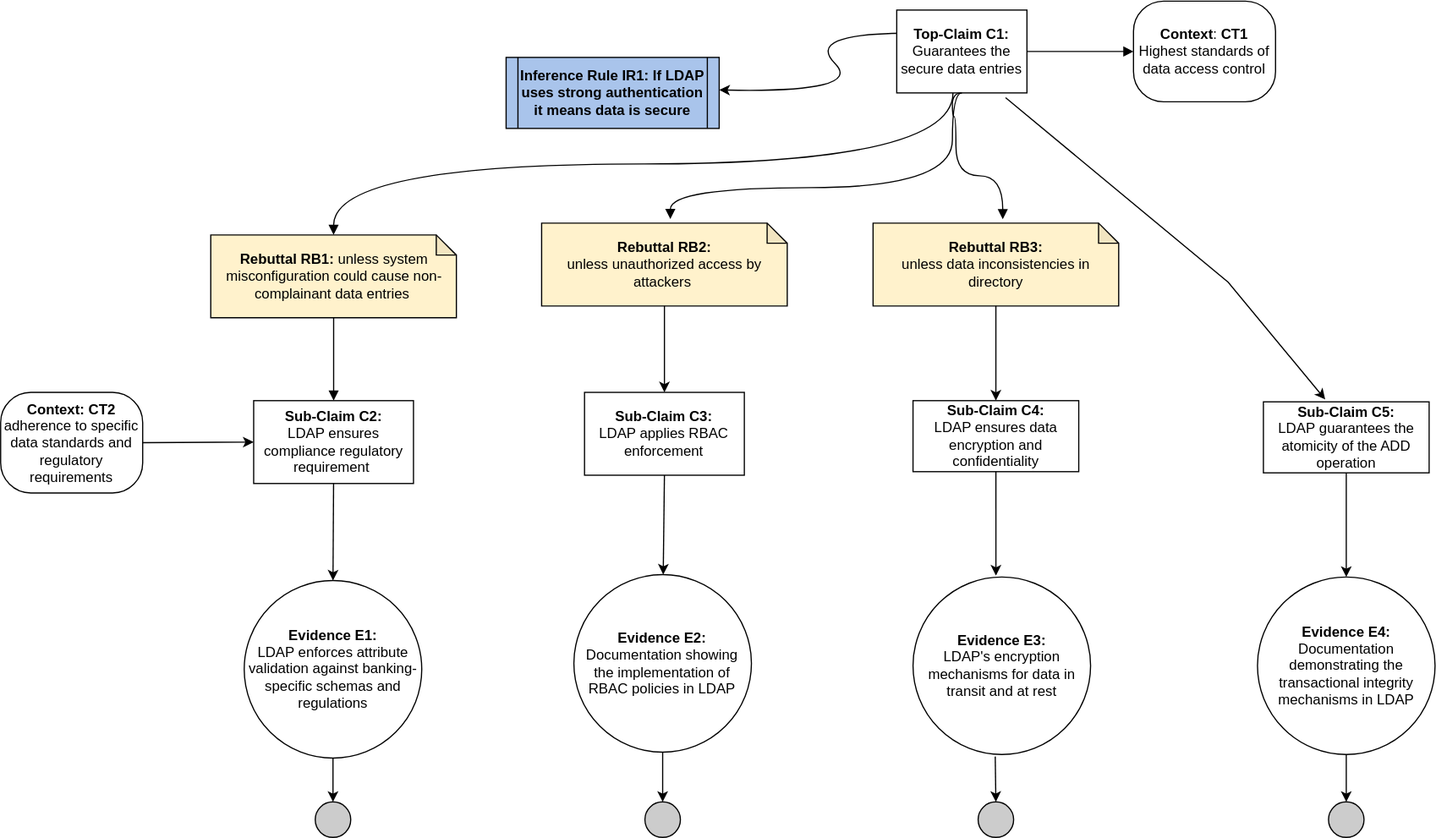
Before: images/ADD.svg, a diagram exported from draw.io (bartelsjoshuac/SAPG). Source tidied: cells renumbered, new cells last; positions are measured from the earlier drawing's top-left corner, leaving out a move shared by most shapes. Its diagram source:
```xml
<mxGraphModel>
  <root>
    <mxCell id="0" />
    <mxCell id="1" parent="0" />
    <mxCell id="2" style="curved=1;endArrow=classic;html=1;rounded=0;entryX=1;entryY=0.75;entryDx=0;entryDy=0;exitX=0.045;exitY=0.386;exitDx=0;exitDy=0;exitPerimeter=0;" parent="1" edge="1">
      <mxGeometry relative="1" as="geometry">
        <mxPoint x="764.7" y="27.5" as="sourcePoint" />
        <mxPoint x="607" y="75.5" as="targetPoint" />
        <Array as="points">
          <mxPoint x="679.8" y="28" />
          <mxPoint x="729.8" y="78" />
        </Array>
      </mxGeometry>
    </mxCell>
    <mxCell id="3" style="edgeStyle=orthogonalEdgeStyle;rounded=0;jettySize=auto;html=1;exitX=1;exitY=0.5;exitDx=0;exitDy=0;entryX=0;entryY=0.5;entryDx=0;entryDy=0;endArrow=block;endFill=1;" parent="1" edge="1" source="5" target="6">
      <mxGeometry relative="1" as="geometry" />
    </mxCell>
    <mxCell id="4" style="edgeStyle=orthogonalEdgeStyle;curved=1;rounded=0;jettySize=auto;html=1;exitX=0.5;exitY=1;exitDx=0;exitDy=0;endArrow=block;endFill=1;entryX=0.524;entryY=-0.049;entryDx=0;entryDy=0;entryPerimeter=0;" parent="1" edge="1" source="5" target="16">
      <mxGeometry relative="1" as="geometry">
        <Array as="points">
          <mxPoint x="804" y="158" />
          <mxPoint x="566" y="158" />
        </Array>
      </mxGeometry>
    </mxCell>
    <mxCell id="5" value="&lt;b&gt;Top-Claim C1:&lt;/b&gt;&lt;br&gt;Guarantees the secure data entries" style="rounded=0;whiteSpace=wrap;html=1;" parent="1" vertex="1">
      <mxGeometry x="757" y="8" width="110" height="70" as="geometry" />
    </mxCell>
    <mxCell id="6" value="&lt;b&gt;Context&lt;/b&gt;: &lt;b&gt;CT1&lt;/b&gt;&lt;br&gt;Highest standards of data access control" style="rounded=1;whiteSpace=wrap;html=1;arcSize=30;" parent="1" vertex="1">
      <mxGeometry x="957" y="0.5" width="120" height="85" as="geometry" />
    </mxCell>
    <mxCell id="7" style="edgeStyle=orthogonalEdgeStyle;curved=1;rounded=0;jettySize=auto;html=1;endArrow=block;endFill=1;" parent="1" edge="1" source="8" target="9">
      <mxGeometry relative="1" as="geometry" />
    </mxCell>
    <mxCell id="8" value="&lt;b&gt;Rebuttal RB1:&lt;/b&gt;&amp;nbsp;unless system misconfiguration could cause non-complainant data entries&amp;nbsp;" style="shape=note;whiteSpace=wrap;html=1;backgroundOutline=1;darkOpacity=0.05;size=17;fillColor=#FFF2CC;" parent="1" vertex="1">
      <mxGeometry x="177.5" y="198" width="207.5" height="70" as="geometry" />
    </mxCell>
    <mxCell id="9" value="&lt;b&gt;Sub-Claim C2:&lt;br&gt;&lt;/b&gt;LDAP ensures compliance regulatory requirement&amp;nbsp;" style="rounded=0;whiteSpace=wrap;html=1;" parent="1" vertex="1">
      <mxGeometry x="213.8" y="338" width="135" height="70" as="geometry" />
    </mxCell>
    <mxCell id="10" value="&lt;b&gt;Sub-Claim C4:&lt;br&gt;&lt;/b&gt;LDAP ensures data encryption and confidentiality" style="rounded=0;whiteSpace=wrap;html=1;" parent="1" vertex="1">
      <mxGeometry x="770.8" y="338" width="140" height="60" as="geometry" />
    </mxCell>
    <mxCell id="11" style="edgeStyle=orthogonalEdgeStyle;curved=1;rounded=0;jettySize=auto;html=1;endArrow=block;endFill=1;entryX=0.5;entryY=0;entryDx=0;entryDy=0;entryPerimeter=0;" parent="1" edge="1" target="8">
      <mxGeometry relative="1" as="geometry">
        <mxPoint x="804.5" y="78" as="sourcePoint" />
        <Array as="points">
          <mxPoint x="804" y="138" />
          <mxPoint x="281" y="138" />
        </Array>
      </mxGeometry>
    </mxCell>
    <mxCell id="12" value="&lt;b&gt;Context: CT2&lt;/b&gt;&lt;br&gt;adherence to specific data standards and regulatory requirements" style="rounded=1;whiteSpace=wrap;html=1;arcSize=30;" parent="1" vertex="1">
      <mxGeometry y="331" width="120" height="85" as="geometry" />
    </mxCell>
    <mxCell id="13" style="endArrow=classic;html=1;rounded=0;exitX=1;exitY=0.5;exitDx=0;exitDy=0;entryX=0;entryY=0.5;entryDx=0;entryDy=0;" parent="1" edge="1" source="12" target="9">
      <mxGeometry relative="1" as="geometry" />
    </mxCell>
    <mxCell id="14" value="&lt;b&gt;Evidence E1:&lt;/b&gt;&lt;br&gt;LDAP enforces attribute validation against banking-specific schemas and regulations" style="ellipse;whiteSpace=wrap;html=1;" parent="1" vertex="1">
      <mxGeometry x="205.8" y="490" width="150" height="150" as="geometry" />
    </mxCell>
    <mxCell id="15" style="endArrow=classic;html=1;rounded=0;exitX=0.5;exitY=1;exitDx=0;exitDy=0;" parent="1" edge="1" source="9" target="14">
      <mxGeometry relative="1" as="geometry" />
    </mxCell>
    <mxCell id="16" value="&lt;b&gt;Rebuttal RB2: &lt;/b&gt;&lt;br&gt;unless unauthorized access by attackers&amp;nbsp;" style="shape=note;whiteSpace=wrap;html=1;backgroundOutline=1;darkOpacity=0.05;size=17;fillColor=#FFF2CC;" parent="1" vertex="1">
      <mxGeometry x="457" y="188" width="207.5" height="70" as="geometry" />
    </mxCell>
    <mxCell id="17" value="&lt;b&gt;Sub-Claim C3:&lt;br&gt;&lt;/b&gt;LDAP applies RBAC enforcement" style="rounded=0;whiteSpace=wrap;html=1;" parent="1" vertex="1">
      <mxGeometry x="493.2" y="331" width="135" height="70" as="geometry" />
    </mxCell>
    <mxCell id="18" style="endArrow=classic;html=1;rounded=0;entryX=0.5;entryY=0;entryDx=0;entryDy=0;exitX=0.5;exitY=1;exitDx=0;exitDy=0;exitPerimeter=0;" parent="1" edge="1" source="16" target="17">
      <mxGeometry relative="1" as="geometry" />
    </mxCell>
    <mxCell id="19" value="&lt;b&gt;Evidence E2:&lt;/b&gt;&lt;br&gt;Documentation showing the implementation of RBAC policies in LDAP" style="ellipse;whiteSpace=wrap;html=1;" parent="1" vertex="1">
      <mxGeometry x="484.2" y="485" width="150" height="150" as="geometry" />
    </mxCell>
    <mxCell id="20" style="endArrow=classic;html=1;rounded=0;exitX=0.5;exitY=1;exitDx=0;exitDy=0;" parent="1" edge="1" source="17" target="19">
      <mxGeometry relative="1" as="geometry" />
    </mxCell>
    <mxCell id="21" value="&lt;b&gt;Rebuttal RB3:&lt;br&gt;&lt;/b&gt;unless data inconsistencies in directory" style="shape=note;whiteSpace=wrap;html=1;backgroundOutline=1;darkOpacity=0.05;size=17;fillColor=#FFF2CC;" parent="1" vertex="1">
      <mxGeometry x="737" y="188" width="207.5" height="70" as="geometry" />
    </mxCell>
    <mxCell id="22" style="endArrow=classic;html=1;rounded=0;exitX=0.5;exitY=1;exitDx=0;exitDy=0;exitPerimeter=0;entryX=0.5;entryY=0;entryDx=0;entryDy=0;" parent="1" edge="1" source="21" target="10">
      <mxGeometry relative="1" as="geometry" />
    </mxCell>
    <mxCell id="23" value="&lt;b&gt;Evidence E3:&lt;/b&gt;&lt;br&gt;LDAP's encryption mechanisms for data in transit and at rest" style="ellipse;whiteSpace=wrap;html=1;" parent="1" vertex="1">
      <mxGeometry x="770.8" y="487" width="150" height="150" as="geometry" />
    </mxCell>
    <mxCell id="24" style="endArrow=classic;html=1;rounded=0;exitX=0.5;exitY=1;exitDx=0;exitDy=0;entryX=0.467;entryY=-0.008;entryDx=0;entryDy=0;entryPerimeter=0;" parent="1" edge="1" source="10" target="23">
      <mxGeometry relative="1" as="geometry" />
    </mxCell>
    <mxCell id="25" style="edgeStyle=orthogonalEdgeStyle;curved=1;rounded=0;jettySize=auto;html=1;exitX=0.5;exitY=1;exitDx=0;exitDy=0;endArrow=block;endFill=1;entryX=0.528;entryY=-0.046;entryDx=0;entryDy=0;entryPerimeter=0;" parent="1" edge="1" source="5" target="21">
      <mxGeometry relative="1" as="geometry">
        <Array as="points">
          <mxPoint x="804" y="98" />
          <mxPoint x="807" y="98" />
          <mxPoint x="807" y="148" />
          <mxPoint x="847" y="148" />
        </Array>
      </mxGeometry>
    </mxCell>
    <mxCell id="26" value="&lt;b&gt;Sub-Claim C5:&lt;br&gt;&lt;/b&gt;LDAP&amp;nbsp;guarantees the atomicity of the ADD operation" style="rounded=0;whiteSpace=wrap;html=1;" parent="1" vertex="1">
      <mxGeometry x="1066.8" y="339" width="140" height="60" as="geometry" />
    </mxCell>
    <mxCell id="27" value="&lt;b&gt;Evidence E4:&lt;/b&gt;&lt;br&gt;Documentation demonstrating the transactional integrity mechanisms in LDAP" style="ellipse;whiteSpace=wrap;html=1;" parent="1" vertex="1">
      <mxGeometry x="1061.8" y="487" width="150" height="150" as="geometry" />
    </mxCell>
    <mxCell id="28" style="endArrow=classic;html=1;rounded=0;entryX=0.5;entryY=0;entryDx=0;entryDy=0;exitX=0.5;exitY=1;exitDx=0;exitDy=0;" parent="1" edge="1" source="26" target="27">
      <mxGeometry relative="1" as="geometry" />
    </mxCell>
    <mxCell id="29" style="ellipse;whiteSpace=wrap;html=1;fillColor=#CCCCCC;" parent="1" vertex="1">
      <mxGeometry x="265.8" y="677" width="30" height="30" as="geometry" />
    </mxCell>
    <mxCell id="30" style="ellipse;whiteSpace=wrap;html=1;fillColor=#CCCCCC;" parent="1" vertex="1">
      <mxGeometry x="544.2" y="677" width="30" height="30" as="geometry" />
    </mxCell>
    <mxCell id="31" style="ellipse;whiteSpace=wrap;html=1;fillColor=#CCCCCC;" parent="1" vertex="1">
      <mxGeometry x="825.8" y="677" width="30" height="30" as="geometry" />
    </mxCell>
    <mxCell id="32" style="ellipse;whiteSpace=wrap;html=1;fillColor=#CCCCCC;" parent="1" vertex="1">
      <mxGeometry x="1121.8" y="677" width="30" height="30" as="geometry" />
    </mxCell>
    <mxCell id="33" style="endArrow=classic;html=1;rounded=0;exitX=0.5;exitY=1;exitDx=0;exitDy=0;entryX=0.5;entryY=0;entryDx=0;entryDy=0;" parent="1" edge="1" source="14" target="29">
      <mxGeometry relative="1" as="geometry" />
    </mxCell>
    <mxCell id="34" style="endArrow=classic;html=1;rounded=0;exitX=0.463;exitY=1.011;exitDx=0;exitDy=0;exitPerimeter=0;entryX=0.5;entryY=0;entryDx=0;entryDy=0;" parent="1" edge="1" source="23" target="31">
      <mxGeometry relative="1" as="geometry" />
    </mxCell>
    <mxCell id="35" style="endArrow=classic;html=1;rounded=0;exitX=0.5;exitY=1;exitDx=0;exitDy=0;entryX=0.5;entryY=0;entryDx=0;entryDy=0;" parent="1" edge="1" source="19" target="30">
      <mxGeometry relative="1" as="geometry" />
    </mxCell>
    <mxCell id="36" style="endArrow=classic;html=1;rounded=0;exitX=0.5;exitY=1;exitDx=0;exitDy=0;entryX=0.5;entryY=0;entryDx=0;entryDy=0;" parent="1" edge="1" source="27" target="32">
      <mxGeometry relative="1" as="geometry" />
    </mxCell>
    <mxCell id="37" style="endArrow=classic;html=1;rounded=0;entryX=0.373;entryY=-0.033;entryDx=0;entryDy=0;entryPerimeter=0;exitX=0.836;exitY=1.057;exitDx=0;exitDy=0;exitPerimeter=0;" parent="1" edge="1" source="5" target="26">
      <mxGeometry relative="1" as="geometry">
        <Array as="points">
          <mxPoint x="1037" y="238" />
        </Array>
      </mxGeometry>
    </mxCell>
    <mxCell id="38" value="&lt;h4 style=&quot;border-color: var(--border-color);&quot;&gt;Inference Rule IR1:&amp;nbsp;If LDAP uses strong authentication it means data is secure&lt;/h4&gt;" style="shape=process;whiteSpace=wrap;html=1;backgroundOutline=1;fillColor=#A9C4EB;size=0.05555555555555555;" parent="1" vertex="1">
      <mxGeometry x="427" y="48" width="180" height="60" as="geometry" />
    </mxCell>
  </root>
</mxGraphModel>
```
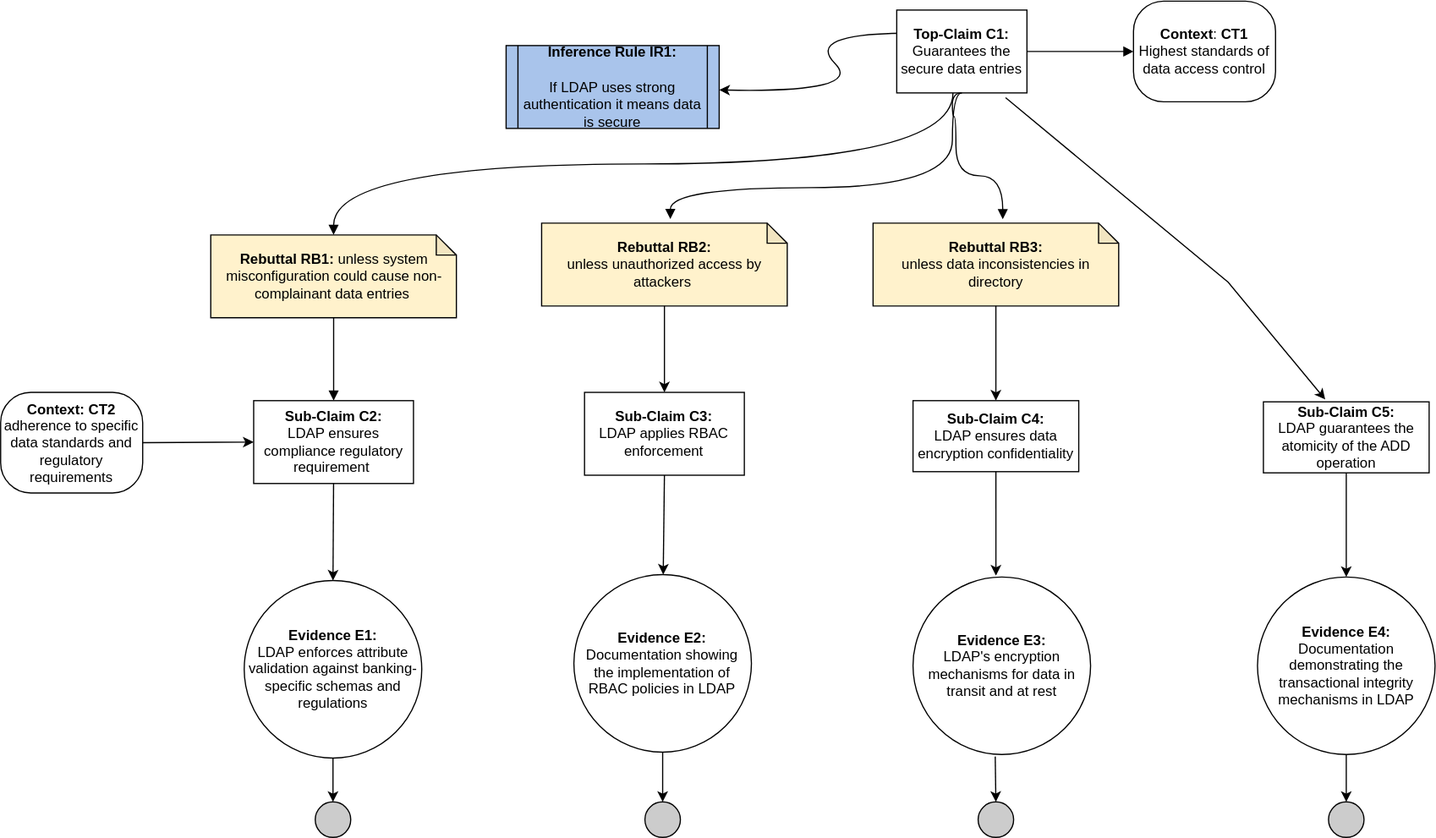
Above is the later version.

What changed in the source:
```diff
@@ -38,7 +38,7 @@
     <mxCell id="9" value="&lt;b&gt;Sub-Claim C2:&lt;br&gt;&lt;/b&gt;LDAP ensures compliance regulatory requirement&amp;nbsp;" style="rounded=0;whiteSpace=wrap;html=1;" parent="1" vertex="1">
       <mxGeometry x="213.8" y="338" width="135" height="70" as="geometry" />
     </mxCell>
-    <mxCell id="10" value="&lt;b&gt;Sub-Claim C4:&lt;br&gt;&lt;/b&gt;LDAP ensures data encryption and confidentiality" style="rounded=0;whiteSpace=wrap;html=1;" parent="1" vertex="1">
+    <mxCell id="10" value="&lt;b&gt;Sub-Claim C4:&lt;br&gt;&lt;/b&gt;LDAP ensures data encryption confidentiality" style="rounded=0;whiteSpace=wrap;html=1;" parent="1" vertex="1">
       <mxGeometry x="770.8" y="338" width="140" height="60" as="geometry" />
     </mxCell>
     <mxCell id="11" style="edgeStyle=orthogonalEdgeStyle;curved=1;rounded=0;jettySize=auto;html=1;endArrow=block;endFill=1;entryX=0.5;entryY=0;entryDx=0;entryDy=0;entryPerimeter=0;" parent="1" edge="1" target="8">
@@ -139,8 +139,8 @@
         </Array>
       </mxGeometry>
     </mxCell>
-    <mxCell id="38" value="&lt;h4 style=&quot;border-color: var(--border-color);&quot;&gt;Inference Rule IR1:&amp;nbsp;If LDAP uses strong authentication it means data is secure&lt;/h4&gt;" style="shape=process;whiteSpace=wrap;html=1;backgroundOutline=1;fillColor=#A9C4EB;size=0.05555555555555555;" parent="1" vertex="1">
-      <mxGeometry x="427" y="48" width="180" height="60" as="geometry" />
+    <mxCell id="38" value="&lt;h4 style=&quot;border-color: var(--border-color);&quot;&gt;Inference Rule IR1:&lt;/h4&gt;&lt;h4 style=&quot;border-color: var(--border-color);&quot;&gt;&lt;span style=&quot;font-weight: normal;&quot;&gt; If LDAP uses strong authentication it means data is secure&lt;/span&gt;&lt;/h4&gt;" style="shape=process;whiteSpace=wrap;html=1;backgroundOutline=1;fillColor=#A9C4EB;size=0.05555555555555555;" parent="1" vertex="1">
+      <mxGeometry x="427" y="38" width="180" height="70" as="geometry" />
     </mxCell>
   </root>
 </mxGraphModel>
```
